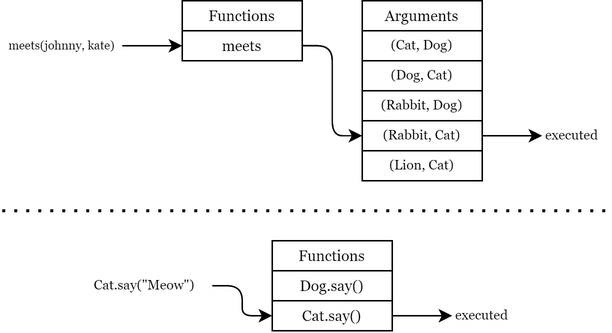
Before: reports/Final_Report/Images/multipleDispatch.png, a diagram exported from draw.io (EnzoMoser/MERIT.jl). Source tidied: cells renumbered, new cells last; positions are measured from the earlier drawing's top-left corner, leaving out a move shared by most shapes.
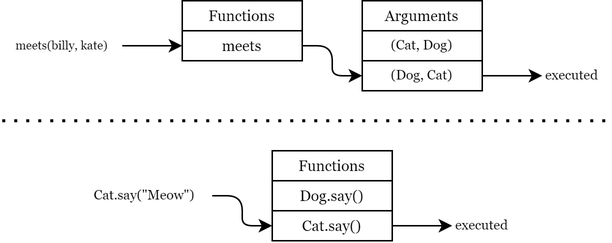
Later version of the same file.

The edit, as a diff of the source:
```diff
@@ -3,7 +3,7 @@
     <mxCell id="0" />
     <mxCell id="1" parent="0" />
     <mxCell id="2" style="group;" parent="1" vertex="1">
-      <mxGeometry x="120" width="80" height="40" as="geometry" />
+      <mxGeometry x="120" y="60" width="80" height="40" as="geometry" />
     </mxCell>
     <mxCell id="3" style="rounded=0;whiteSpace=wrap;html=1;fillColor=none;" parent="2" vertex="1">
       <mxGeometry width="80" height="40" as="geometry" />
@@ -20,81 +20,28 @@
     <mxCell id="6" value="meets" style="text;html=1;strokeColor=none;fillColor=none;align=center;verticalAlign=middle;whiteSpace=wrap;rounded=0;fontFamily=Georgia;fontSize=10;" parent="2" vertex="1">
       <mxGeometry y="20" width="80" height="20" as="geometry" />
     </mxCell>
-    <mxCell id="7" style="group;" parent="1" vertex="1">
-      <mxGeometry x="240" width="80" height="120" as="geometry" />
-    </mxCell>
-    <mxCell id="8" style="rounded=0;whiteSpace=wrap;html=1;fillColor=none;" parent="7" vertex="1">
-      <mxGeometry width="80" height="120" as="geometry" />
-    </mxCell>
-    <mxCell id="9" style="endArrow=none;html=1;" parent="7" edge="1">
-      <mxGeometry relative="1" as="geometry">
-        <mxPoint y="20" as="sourcePoint" />
-        <mxPoint x="80" y="20" as="targetPoint" />
-      </mxGeometry>
-    </mxCell>
-    <mxCell id="10" value="Arguments" style="text;html=1;strokeColor=none;fillColor=none;align=center;verticalAlign=middle;whiteSpace=wrap;rounded=0;fontFamily=Georgia;fontSize=10;" parent="7" vertex="1">
-      <mxGeometry width="80" height="20" as="geometry" />
-    </mxCell>
-    <mxCell id="11" value="(Cat, Dog)" style="text;html=1;strokeColor=none;fillColor=none;align=center;verticalAlign=middle;whiteSpace=wrap;rounded=0;fontFamily=Georgia;fontSize=9;" parent="7" vertex="1">
-      <mxGeometry y="20" width="80" height="20" as="geometry" />
-    </mxCell>
-    <mxCell id="12" style="endArrow=none;html=1;fontFamily=Georgia;fontSize=10;" parent="7" edge="1">
-      <mxGeometry relative="1" as="geometry">
-        <mxPoint x="80" y="40" as="sourcePoint" />
-        <mxPoint y="40" as="targetPoint" />
-      </mxGeometry>
-    </mxCell>
-    <mxCell id="13" value="(Dog, Cat)" style="text;html=1;strokeColor=none;fillColor=none;align=center;verticalAlign=middle;whiteSpace=wrap;rounded=0;fontFamily=Georgia;fontSize=9;" parent="7" vertex="1">
-      <mxGeometry y="40" width="80" height="20" as="geometry" />
-    </mxCell>
-    <mxCell id="14" style="endArrow=none;html=1;fontFamily=Georgia;fontSize=10;" parent="7" edge="1">
-      <mxGeometry relative="1" as="geometry">
-        <mxPoint x="80" y="60" as="sourcePoint" />
-        <mxPoint y="60" as="targetPoint" />
-      </mxGeometry>
-    </mxCell>
-    <mxCell id="15" value="(Rabbit, Dog)" style="text;html=1;strokeColor=none;fillColor=none;align=center;verticalAlign=middle;whiteSpace=wrap;rounded=0;fontFamily=Georgia;fontSize=9;" parent="7" vertex="1">
-      <mxGeometry y="60" width="80" height="20" as="geometry" />
-    </mxCell>
-    <mxCell id="16" style="endArrow=none;html=1;fontFamily=Georgia;fontSize=10;" parent="7" edge="1">
-      <mxGeometry relative="1" as="geometry">
-        <mxPoint x="80" y="80" as="sourcePoint" />
-        <mxPoint y="80" as="targetPoint" />
-      </mxGeometry>
-    </mxCell>
-    <mxCell id="17" value="(Rabbit, Cat)" style="text;html=1;strokeColor=none;fillColor=none;align=center;verticalAlign=middle;whiteSpace=wrap;rounded=0;fontFamily=Georgia;fontSize=9;" parent="7" vertex="1">
-      <mxGeometry y="80" width="80" height="20" as="geometry" />
-    </mxCell>
-    <mxCell id="18" style="endArrow=none;html=1;fontFamily=Georgia;fontSize=10;" parent="7" edge="1">
-      <mxGeometry relative="1" as="geometry">
-        <mxPoint x="80" y="100" as="sourcePoint" />
-        <mxPoint y="100" as="targetPoint" />
-      </mxGeometry>
-    </mxCell>
-    <mxCell id="19" value="(Lion, Cat)" style="text;html=1;strokeColor=none;fillColor=none;align=center;verticalAlign=middle;whiteSpace=wrap;rounded=0;fontFamily=Georgia;fontSize=9;" parent="7" vertex="1">
-      <mxGeometry y="100" width="80" height="20" as="geometry" />
-    </mxCell>
     <mxCell id="20" style="edgeStyle=none;html=1;exitX=1;exitY=0.5;exitDx=0;exitDy=0;entryX=0;entryY=0.5;entryDx=0;entryDy=0;fontFamily=Georgia;fontSize=9;" parent="1" edge="1" source="21" target="6">
       <mxGeometry relative="1" as="geometry" />
     </mxCell>
-    <mxCell id="21" value="meets(johnny, kate)" style="text;html=1;strokeColor=none;fillColor=none;align=center;verticalAlign=middle;whiteSpace=wrap;rounded=0;fontFamily=Georgia;fontSize=8;" parent="1" vertex="1">
-      <mxGeometry y="20" width="80" height="20" as="geometry" />
+    <mxCell id="21" value="meets(billy, kate)" style="text;html=1;strokeColor=none;fillColor=none;align=center;verticalAlign=middle;whiteSpace=wrap;rounded=0;fontFamily=Georgia;fontSize=8;" parent="1" vertex="1">
+      <mxGeometry y="80" width="80" height="20" as="geometry" />
     </mxCell>
-    <mxCell id="22" style="edgeStyle=none;html=1;exitX=1;exitY=0.5;exitDx=0;exitDy=0;entryX=0;entryY=0.5;entryDx=0;entryDy=0;fontFamily=Georgia;fontSize=9;" parent="1" edge="1" source="6" target="17">
+    <mxCell id="22" style="edgeStyle=none;html=1;exitX=1;exitY=0.5;exitDx=0;exitDy=0;entryX=0;entryY=0.5;entryDx=0;entryDy=0;fontFamily=Georgia;fontSize=9;" parent="1" edge="1" source="6" target="13">
       <mxGeometry relative="1" as="geometry">
         <Array as="points">
-          <mxPoint x="220" y="30" />
           <mxPoint x="220" y="90" />
+          <mxPoint x="220" y="110" />
         </Array>
       </mxGeometry>
     </mxCell>
-    <mxCell id="23" style="edgeStyle=none;html=1;exitX=1;exitY=0.5;exitDx=0;exitDy=0;fontFamily=Georgia;fontSize=9;" parent="1" edge="1" source="17">
+    <mxCell id="23" style="edgeStyle=none;html=1;exitX=1;exitY=0.5;exitDx=0;exitDy=0;fontFamily=Georgia;fontSize=9;" parent="1" edge="1">
       <mxGeometry relative="1" as="geometry">
-        <mxPoint x="360" y="90" as="targetPoint" />
+        <mxPoint x="320" y="110" as="sourcePoint" />
+        <mxPoint x="360" y="110" as="targetPoint" />
       </mxGeometry>
     </mxCell>
     <mxCell id="24" value="executed" style="text;html=1;strokeColor=none;fillColor=none;align=center;verticalAlign=middle;whiteSpace=wrap;rounded=0;fontFamily=Georgia;fontSize=9;" parent="1" vertex="1">
-      <mxGeometry x="360" y="80" width="40" height="20" as="geometry" />
+      <mxGeometry x="360" y="100" width="40" height="20" as="geometry" />
     </mxCell>
     <mxCell id="25" style="rounded=0;whiteSpace=wrap;html=1;fillColor=none;" parent="1" vertex="1">
       <mxGeometry x="180" y="160" width="80" height="60" as="geometry" />
@@ -143,5 +90,29 @@
         <mxPoint x="404.4" y="140" as="targetPoint" />
       </mxGeometry>
     </mxCell>
+    <mxCell id="8" style="rounded=0;whiteSpace=wrap;html=1;fillColor=none;" parent="1" vertex="1">
+      <mxGeometry x="240" y="60" width="80" height="60" as="geometry" />
+    </mxCell>
+    <mxCell id="9" style="endArrow=none;html=1;" parent="1" edge="1">
+      <mxGeometry relative="1" as="geometry">
+        <mxPoint x="240" y="80" as="sourcePoint" />
+        <mxPoint x="320" y="80" as="targetPoint" />
+      </mxGeometry>
+    </mxCell>
+    <mxCell id="10" value="Arguments" style="text;html=1;strokeColor=none;fillColor=none;align=center;verticalAlign=middle;whiteSpace=wrap;rounded=0;fontFamily=Georgia;fontSize=10;" parent="1" vertex="1">
+      <mxGeometry x="240" y="60" width="80" height="20" as="geometry" />
+    </mxCell>
+    <mxCell id="11" value="(Cat, Dog)" style="text;html=1;strokeColor=none;fillColor=none;align=center;verticalAlign=middle;whiteSpace=wrap;rounded=0;fontFamily=Georgia;fontSize=9;" parent="1" vertex="1">
+      <mxGeometry x="240" y="80" width="80" height="20" as="geometry" />
+    </mxCell>
+    <mxCell id="12" style="endArrow=none;html=1;fontFamily=Georgia;fontSize=10;" parent="1" edge="1">
+      <mxGeometry relative="1" as="geometry">
+        <mxPoint x="320" y="100" as="sourcePoint" />
+        <mxPoint x="240" y="100" as="targetPoint" />
+      </mxGeometry>
+    </mxCell>
+    <mxCell id="13" value="(Dog, Cat)" style="text;html=1;strokeColor=none;fillColor=none;align=center;verticalAlign=middle;whiteSpace=wrap;rounded=0;fontFamily=Georgia;fontSize=9;" parent="1" vertex="1">
+      <mxGeometry x="240" y="100" width="80" height="20" as="geometry" />
+    </mxCell>
   </root>
 </mxGraphModel>
```
